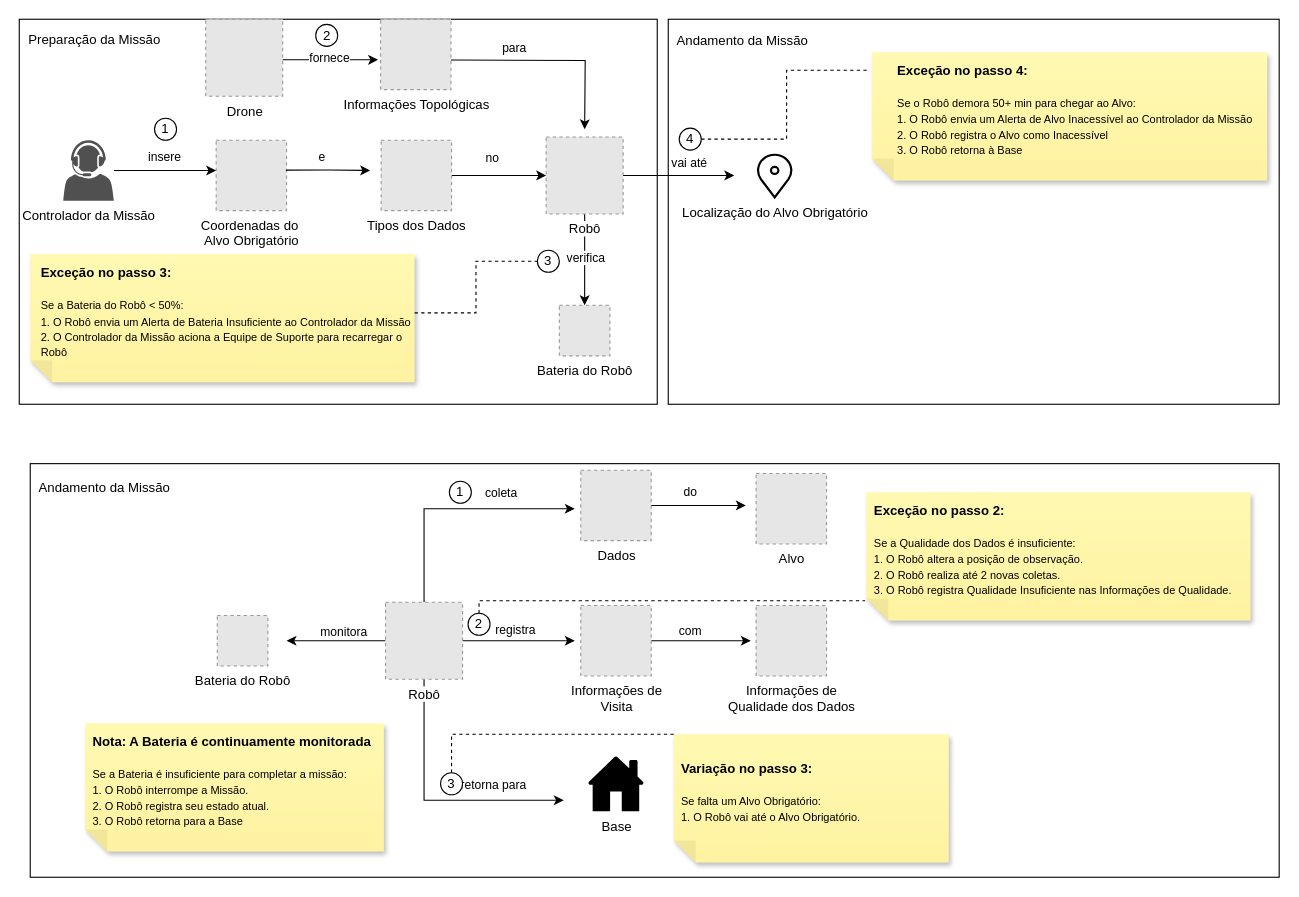
Before: page "Cenário-1" (2 of 2) of fase-2-investigacao/diagramas/domain-scenarios.drawio in elisrb/projeto-si, a draw.io diagram. Source tidied: cells renumbered, new cells numbered last; positions are measured from the earlier drawing's top-left corner, leaving out a move shared by most shapes. Both pictures are drawn from the tidied source at 110%, with x=0, y=0 at pixel (19, 19). Pictures stored in the file or linked from it are replaced by grey dashed boxes.
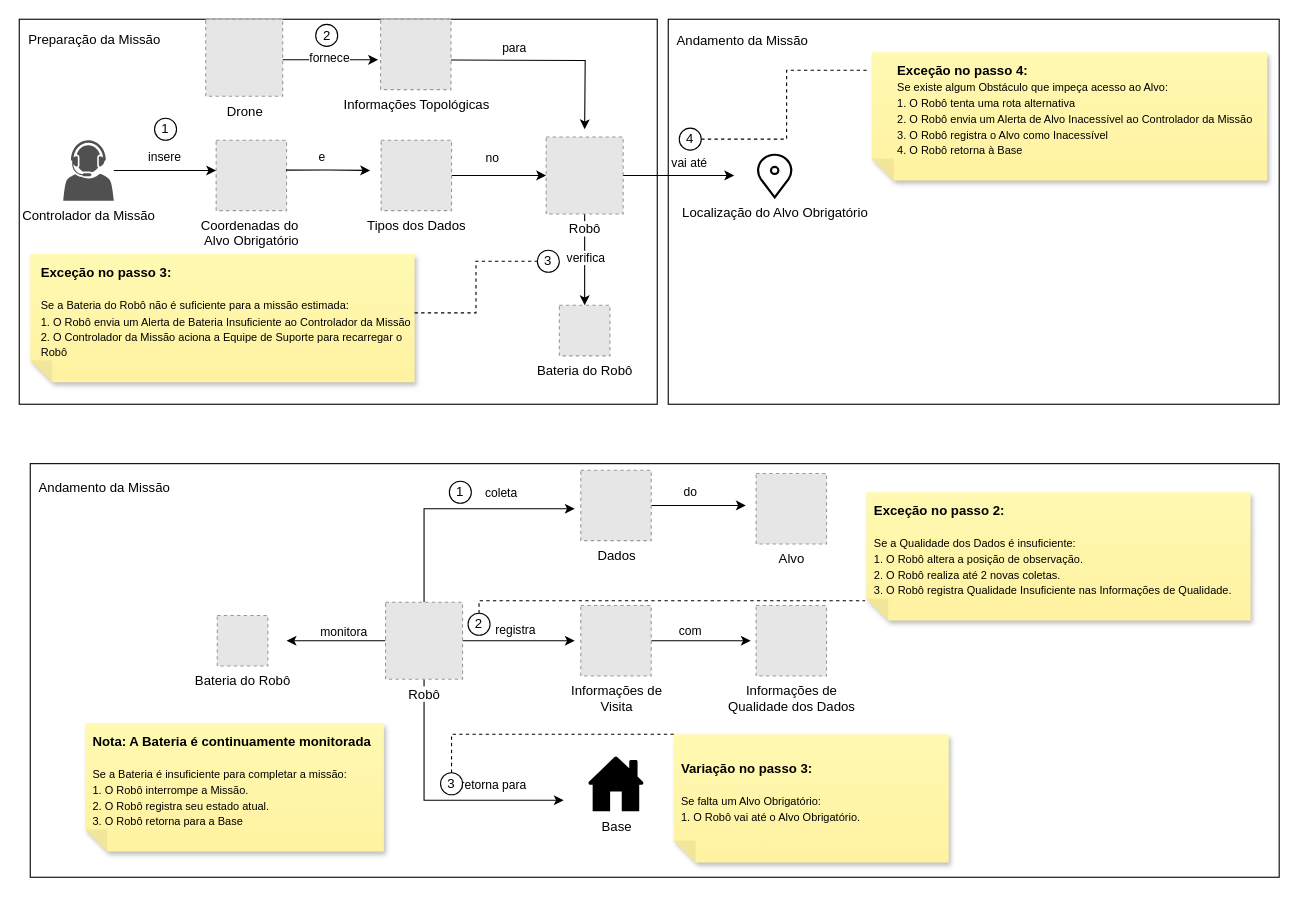
Above is the later version.

Unchanged cells that the change refers to:
```xml
<mxCell id="11" style="group;" parent="8" vertex="1">
  <mxGeometry x="10" y="213.5" width="349.4" height="116.5" as="geometry" />
</mxCell>
<mxCell id="40" style="group;" parent="37" vertex="1">
  <mxGeometry x="185.1" y="30" width="359.4" height="116.5" as="geometry" />
</mxCell>
```

Diff of the diagram source:
```diff
@@
-    <mxCell id="13" value="&lt;div style=&quot;text-align: left;&quot;&gt;&lt;b style=&quot;background-color: transparent; color: light-dark(#000000, var(--ge-light-color, #ffffff));&quot;&gt;Exceção no passo 3:&lt;/b&gt;&lt;/div&gt;&lt;br&gt;&lt;div style=&quot;text-align: left;&quot;&gt;&lt;font style=&quot;font-size: 10px;&quot;&gt;Se a Bateria do Robô &amp;lt; 50%:&lt;br&gt;1. O Robô envia um Alerta de Bateria Insuficiente ao Controlador da Missão&lt;/font&gt;&lt;/div&gt;&lt;div style=&quot;text-align: left;&quot;&gt;&lt;font style=&quot;font-size: 10px;&quot;&gt;2. O Controlador da Missão aciona a Equipe de Suporte para recarregar o Robô&lt;/font&gt;&lt;/div&gt;" style="text;html=1;whiteSpace=wrap;strokeColor=none;fillColor=none;align=center;verticalAlign=middle;rounded=0;" parent="11" vertex="1">
+    <mxCell id="13" value="&lt;div style=&quot;text-align: left;&quot;&gt;&lt;b style=&quot;background-color: transparent; color: light-dark(#000000, var(--ge-light-color, #ffffff));&quot;&gt;Exceção no passo 3:&lt;/b&gt;&lt;/div&gt;&lt;br&gt;&lt;div style=&quot;text-align: left;&quot;&gt;&lt;font style=&quot;font-size: 10px;&quot;&gt;Se a Bateria do Robô não é suficiente para a missão estimada:&lt;br&gt;1. O Robô envia um Alerta de Bateria Insuficiente ao Controlador da Missão&lt;/font&gt;&lt;/div&gt;&lt;div style=&quot;text-align: left;&quot;&gt;&lt;font style=&quot;font-size: 10px;&quot;&gt;2. O Controlador da Missão aciona a Equipe de Suporte para recarregar o Robô&lt;/font&gt;&lt;/div&gt;" style="text;html=1;whiteSpace=wrap;strokeColor=none;fillColor=none;align=center;verticalAlign=middle;rounded=0;" parent="11" vertex="1">
       <mxGeometry x="9.4" width="340" height="106.8" as="geometry" />
     </mxCell>
@@
-    <mxCell id="42" value="&lt;div style=&quot;text-align: left;&quot;&gt;&lt;b style=&quot;background-color: transparent; color: light-dark(#000000, var(--ge-light-color, #ffffff));&quot;&gt;Exceção no passo 4:&lt;/b&gt;&lt;/div&gt;&lt;br&gt;&lt;div style=&quot;text-align: left;&quot;&gt;&lt;font style=&quot;font-size: 10px;&quot;&gt;Se o Robô demora 50+ min para chegar ao Alvo:&lt;br&gt;1. O Robô envia um Alerta de Alvo Inacessível ao Controlador da Missão&lt;/font&gt;&lt;/div&gt;&lt;div style=&quot;text-align: left;&quot;&gt;&lt;font style=&quot;font-size: 10px;&quot;&gt;2. O Robô registra o Alvo como Inacessível&lt;/font&gt;&lt;/div&gt;&lt;div style=&quot;text-align: left;&quot;&gt;&lt;font style=&quot;font-size: 10px;&quot;&gt;3. O Robô retorna à Base&lt;/font&gt;&lt;/div&gt;" style="text;html=1;whiteSpace=wrap;strokeColor=none;fillColor=none;align=center;verticalAlign=middle;rounded=0;" parent="40" vertex="1">
+    <mxCell id="42" value="&lt;div style=&quot;text-align: left;&quot;&gt;&lt;b style=&quot;background-color: transparent; color: light-dark(#000000, var(--ge-light-color, #ffffff));&quot;&gt;Exceção no passo 4:&lt;/b&gt;&lt;/div&gt;&lt;div style=&quot;text-align: left;&quot;&gt;&lt;font style=&quot;font-size: 10px;&quot;&gt;Se existe algum Obstáculo que impeça acesso ao Alvo:&lt;/font&gt;&lt;/div&gt;&lt;div style=&quot;text-align: left;&quot;&gt;&lt;font style=&quot;font-size: 10px;&quot;&gt;1. O Robô tenta uma rota alternativa&lt;br&gt;2. O Robô envia um Alerta de Alvo Inacessível ao Controlador da Missão&lt;/font&gt;&lt;/div&gt;&lt;div style=&quot;text-align: left;&quot;&gt;&lt;font style=&quot;font-size: 10px;&quot;&gt;3. O Robô registra o Alvo como Inacessível&lt;/font&gt;&lt;/div&gt;&lt;div style=&quot;text-align: left;&quot;&gt;&lt;font style=&quot;font-size: 10px;&quot;&gt;4. O Robô retorna à Base&lt;/font&gt;&lt;/div&gt;" style="text;html=1;whiteSpace=wrap;strokeColor=none;fillColor=none;align=center;verticalAlign=middle;rounded=0;" parent="40" vertex="1">
       <mxGeometry x="9.7" width="349.7" height="106.8" as="geometry" />
     </mxCell>
```
